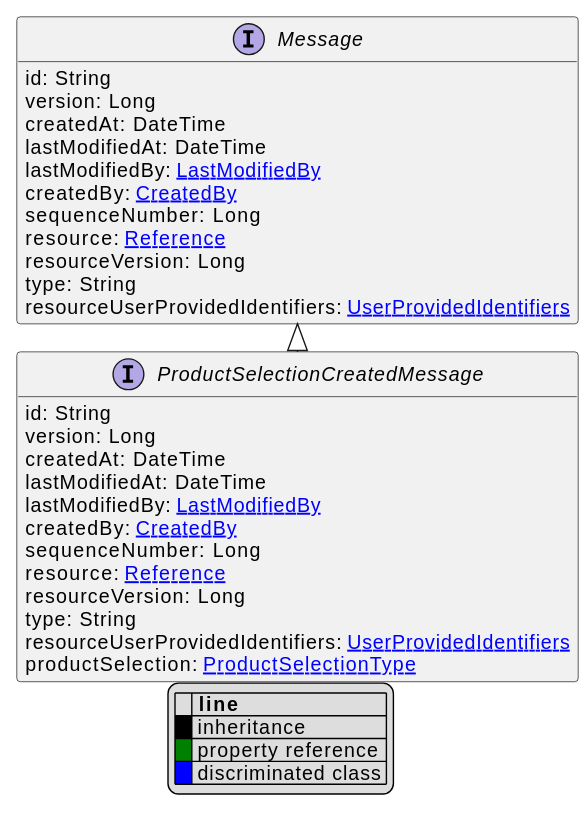
Earlier version of the PlantUML export uml/api/svg/ProductSelectionCreatedMessage.svg (commercetools/commercetools-api-reference).
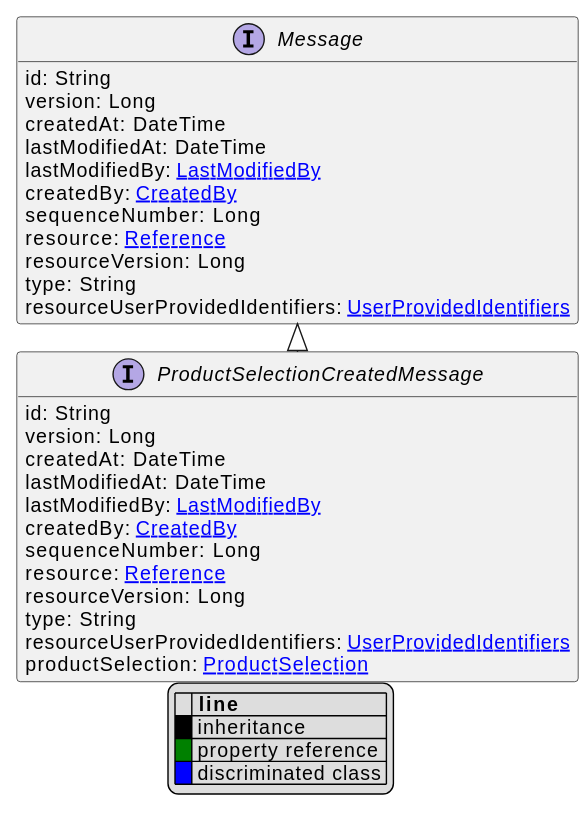
The same diagram one commit later.

What changed in the source:
```diff
@@ -20,7 +20,7 @@
     resourceVersion: Long
     type: String
     resourceUserProvidedIdentifiers: [[UserProvidedIdentifiers.svg UserProvidedIdentifiers]]
-    productSelection: [[ProductSelectionType.svg ProductSelectionType]]
+    productSelection: [[ProductSelection.svg ProductSelection]]
 }
 interface Message [[Message.svg]]  {
     id: String
```
